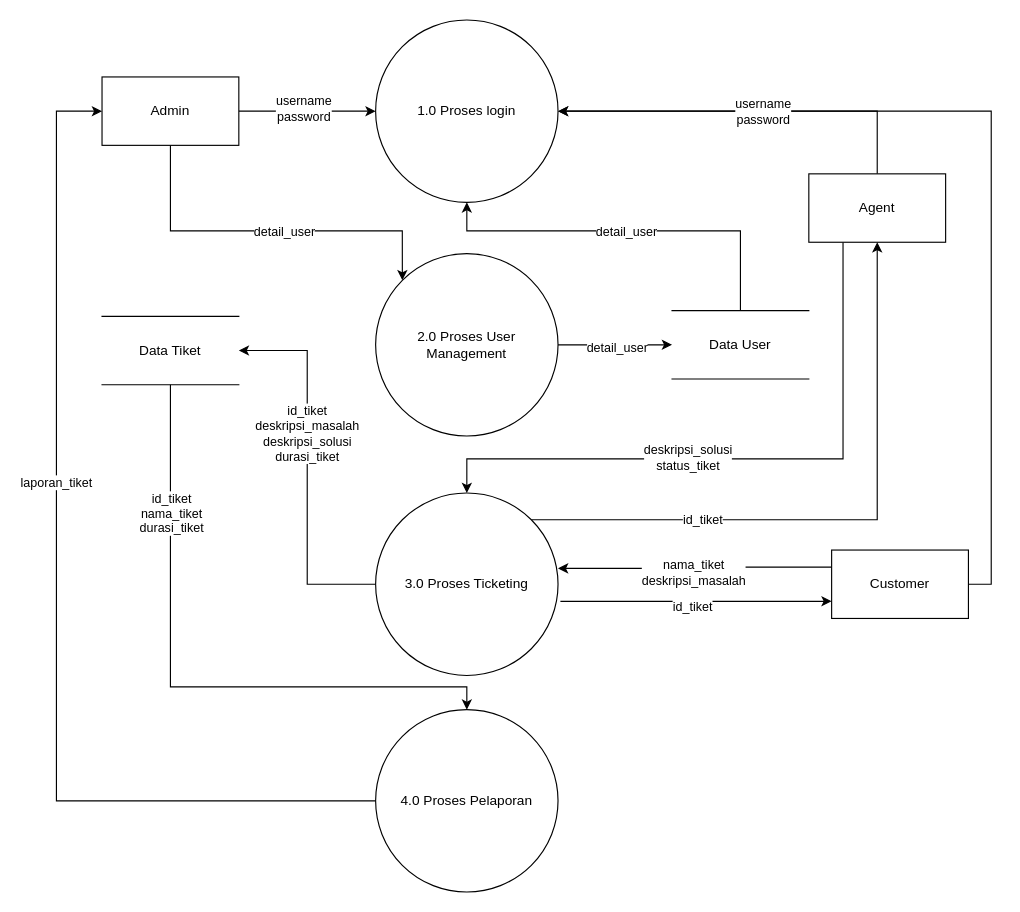
raflialkindhi/graph-save keeps this draw.io diagram as skripsi-dfdnol.drawio. Above is the earlier version. Source tidied: cells renumbered, new cells numbered last; positions are measured from the earlier drawing's top-left corner, leaving out a move shared by most shapes. Both pictures are drawn from the tidied source at 114%, with x=0, y=0 at pixel (56, 19).
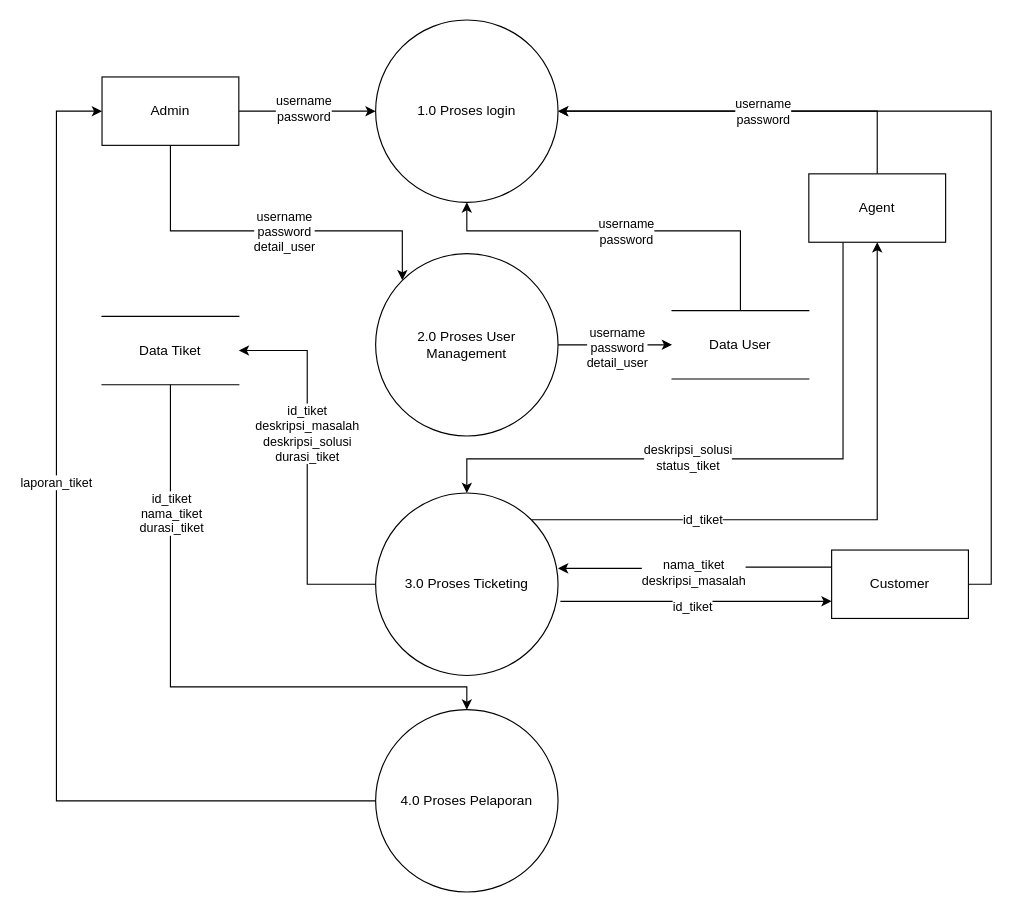
After the change.

Unchanged cells that the change refers to:
```xml
<mxCell id="9" style="edgeStyle=orthogonalEdgeStyle;rounded=0;jettySize=auto;html=1;exitX=0.5;exitY=1;exitDx=0;exitDy=0;entryX=0;entryY=0;entryDx=0;entryDy=0;" parent="1" edge="1" source="11" target="22">
  <mxGeometry relative="1" as="geometry">
    <Array as="points">
      <mxPoint x="100" y="185" />
      <mxPoint x="303" y="185" />
    </Array>
  </mxGeometry>
</mxCell>
<mxCell id="17" style="edgeStyle=orthogonalEdgeStyle;rounded=0;jettySize=auto;html=1;exitX=0.5;exitY=0;exitDx=0;exitDy=0;entryX=0.5;entryY=1;entryDx=0;entryDy=0;" parent="1" edge="1" source="19" target="2">
  <mxGeometry relative="1" as="geometry">
    <Array as="points">
      <mxPoint x="600" y="185" />
      <mxPoint x="360" y="185" />
    </Array>
  </mxGeometry>
</mxCell>
<mxCell id="20" style="edgeStyle=orthogonalEdgeStyle;rounded=0;jettySize=auto;html=1;exitX=1;exitY=0.5;exitDx=0;exitDy=0;entryX=0;entryY=0.5;entryDx=0;entryDy=0;" parent="1" edge="1" source="22" target="19">
  <mxGeometry relative="1" as="geometry" />
</mxCell>
```

Change to the diagram source:
```diff
@@
-    <mxCell id="10" value="detail_user" style="edgeLabel;html=1;align=center;verticalAlign=middle;" parent="9" vertex="1">
+    <mxCell id="10" value="&lt;div&gt;username&lt;/div&gt;&lt;div&gt;password&lt;br&gt;&lt;/div&gt;&lt;div&gt;detail_user&lt;/div&gt;" style="edgeLabel;html=1;align=center;verticalAlign=middle;" parent="9" vertex="1">
       <mxGeometry x="0.08" relative="1" as="geometry" />
     </mxCell>
@@
-    <mxCell id="18" value="detail_user" style="edgeLabel;html=1;align=center;verticalAlign=middle;" parent="17" vertex="1">
+    <mxCell id="18" value="&lt;div&gt;username&lt;/div&gt;&lt;div&gt;password&lt;br&gt;&lt;/div&gt;" style="edgeLabel;html=1;align=center;verticalAlign=middle;" parent="17" vertex="1">
       <mxGeometry x="0.02" relative="1" as="geometry" />
     </mxCell>
@@
-    <mxCell id="21" value="detail_user" style="edgeLabel;html=1;align=center;verticalAlign=middle;" parent="20" vertex="1">
+    <mxCell id="21" value="&lt;div&gt;username&lt;/div&gt;&lt;div&gt;password&lt;br&gt;&lt;/div&gt;&lt;div&gt;detail_user&lt;/div&gt;" style="edgeLabel;html=1;align=center;verticalAlign=middle;" parent="20" vertex="1">
       <mxGeometry x="0.02" y="-2" relative="1" as="geometry" />
     </mxCell>
```
